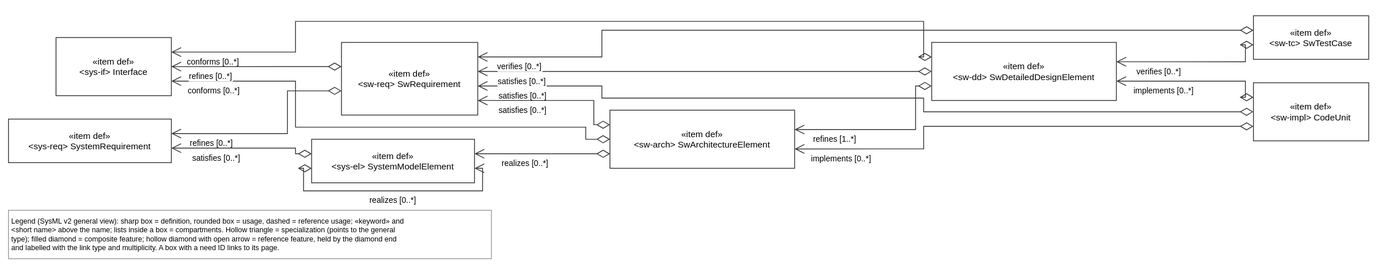
This is views/traceSoftware.drawio.svg from tiacsys/xdmod, a draw.io export, as it was before one commit. Source tidied: cells renumbered, new cells last; positions are measured from the earlier drawing's top-left corner, leaving out a move shared by most shapes.
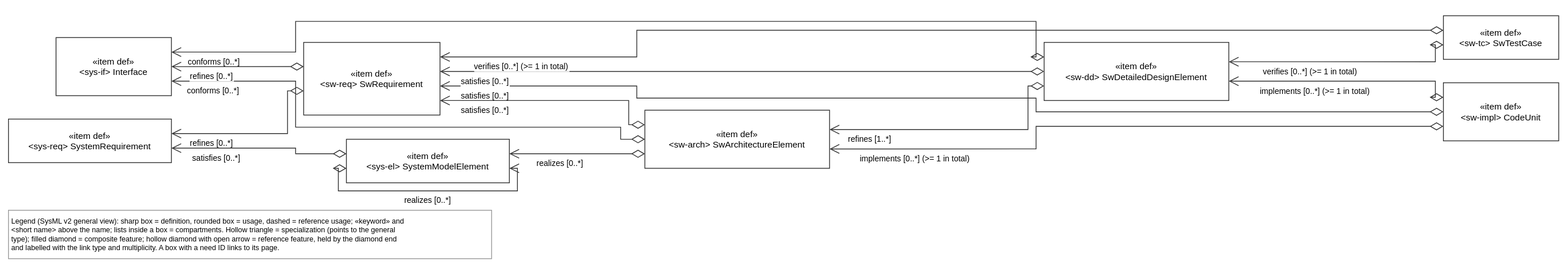
After the commit.

What changed in the source:
```diff
@@ -3,25 +3,25 @@
     <mxCell id="0" />
     <mxCell id="1" parent="0" />
     <mxCell id="2" value="«item def»&#10;&lt;sw-impl&gt; CodeUnit" style="html=0;fontFamily=Helvetica;fontSize=11;strokeColor=#333333;rounded=0;fillColor=#FFFFFF;verticalAlign=middle;" parent="1" vertex="1">
-      <mxGeometry x="1544" y="83" width="143" height="72" as="geometry" />
+      <mxGeometry x="1779" y="83" width="143" height="72" as="geometry" />
     </mxCell>
     <mxCell id="3" value="«item def»&#10;&lt;sw-arch&gt; SwArchitectureElement" style="html=0;fontFamily=Helvetica;fontSize=11;strokeColor=#333333;rounded=0;fillColor=#FFFFFF;verticalAlign=middle;" parent="1" vertex="1">
-      <mxGeometry x="746" y="117" width="229" height="72" as="geometry" />
+      <mxGeometry x="789" y="117" width="229" height="72" as="geometry" />
     </mxCell>
     <mxCell id="4" value="«item def»&#10;&lt;sw-dd&gt; SwDetailedDesignElement" style="html=0;fontFamily=Helvetica;fontSize=11;strokeColor=#333333;rounded=0;fillColor=#FFFFFF;verticalAlign=middle;" parent="1" vertex="1">
-      <mxGeometry x="1145" y="33" width="229" height="72" as="geometry" />
+      <mxGeometry x="1284" y="33" width="229" height="72" as="geometry" />
     </mxCell>
     <mxCell id="5" value="«item def»&#10;&lt;sw-req&gt; SwRequirement" style="html=0;fontFamily=Helvetica;fontSize=11;strokeColor=#333333;rounded=0;fillColor=#FFFFFF;verticalAlign=middle;" parent="1" vertex="1">
-      <mxGeometry x="413" y="33" width="169" height="90" as="geometry" />
+      <mxGeometry x="366" y="33" width="169" height="90" as="geometry" />
     </mxCell>
     <mxCell id="6" value="«item def»&#10;&lt;sw-tc&gt; SwTestCase" style="html=0;fontFamily=Helvetica;fontSize=11;strokeColor=#333333;rounded=0;fillColor=#FFFFFF;verticalAlign=middle;" parent="1" vertex="1">
-      <mxGeometry x="1544" width="143" height="54" as="geometry" />
+      <mxGeometry x="1779" width="143" height="54" as="geometry" />
     </mxCell>
     <mxCell id="7" value="«item def»&#10;&lt;sys-if&gt; Interface" style="html=0;fontFamily=Helvetica;fontSize=11;strokeColor=#333333;rounded=0;fillColor=#FFFFFF;verticalAlign=middle;" parent="1" vertex="1">
       <mxGeometry x="59" y="27" width="143" height="72" as="geometry" />
     </mxCell>
     <mxCell id="8" value="«item def»&#10;&lt;sys-el&gt; SystemModelElement" style="html=0;fontFamily=Helvetica;fontSize=11;strokeColor=#333333;rounded=0;fillColor=#FFFFFF;verticalAlign=middle;" parent="1" vertex="1">
-      <mxGeometry x="376" y="153" width="202" height="54" as="geometry" />
+      <mxGeometry x="419" y="153" width="202" height="54" as="geometry" />
     </mxCell>
     <mxCell id="9" value="«item def»&#10;&lt;sys-req&gt; SystemRequirement" style="html=0;fontFamily=Helvetica;fontSize=11;strokeColor=#333333;rounded=0;fillColor=#FFFFFF;verticalAlign=middle;" parent="1" vertex="1">
       <mxGeometry y="128" width="202" height="54" as="geometry" />
@@ -29,20 +29,20 @@
     <mxCell id="10" value="Legend (SysML v2 general view): sharp box = definition, rounded box = usage, dashed = reference usage; «keyword» and&#10;&lt;short name&gt; above the name; lists inside a box = compartments. Hollow triangle = specialization (points to the general&#10;type); filled diamond = composite feature; hollow diamond with open arrow = reference feature, held by the diamond end&#10;and labelled with the link type and multiplicity. A box with a need ID links to its page." style="text;html=0;align=left;verticalAlign=top;fontFamily=Helvetica;fontSize=9;fillColor=#FFFFFF;strokeColor=#999999;spacing=4;" parent="1" vertex="1">
       <mxGeometry y="241" width="599" height="60" as="geometry" />
     </mxCell>
-    <mxCell id="11" value="implements [0..*]" style="html=0;rounded=0;endSize=10;startSize=14;fontFamily=Helvetica;fontSize=10;labelBackgroundColor=#FFFFFF;strokeColor=#333333;startArrow=diamondThin;startFill=0;endArrow=open;exitX=0.000;exitY=0.750;exitDx=0;exitDy=0;exitPerimeter=0;entryX=1.000;entryY=0.667;entryDx=0;entryDy=0;entryPerimeter=0;" parent="1" edge="1" source="2" target="3">
+    <mxCell id="11" value="implements [0..*] (&gt;= 1 in total)" style="html=0;rounded=0;endSize=10;startSize=14;fontFamily=Helvetica;fontSize=10;labelBackgroundColor=#FFFFFF;strokeColor=#333333;startArrow=diamondThin;startFill=0;endArrow=open;exitX=0.000;exitY=0.750;exitDx=0;exitDy=0;exitPerimeter=0;entryX=1.000;entryY=0.667;entryDx=0;entryDy=0;entryPerimeter=0;" parent="1" edge="1" source="2" target="3">
       <mxGeometry relative="1" as="geometry">
         <Array as="points">
-          <mxPoint x="1135" y="137" />
-          <mxPoint x="1135" y="165" />
+          <mxPoint x="1274" y="137" />
+          <mxPoint x="1274" y="165" />
         </Array>
-        <mxPoint x="-212" y="40" as="offset" />
+        <mxPoint x="-260" y="40" as="offset" />
       </mxGeometry>
     </mxCell>
-    <mxCell id="12" value="implements [0..*]" style="html=0;rounded=0;endSize=10;startSize=14;fontFamily=Helvetica;fontSize=10;labelBackgroundColor=#FFFFFF;strokeColor=#333333;startArrow=diamondThin;startFill=0;endArrow=open;exitX=0.000;exitY=0.250;exitDx=0;exitDy=0;exitPerimeter=0;entryX=1.000;entryY=0.667;entryDx=0;entryDy=0;entryPerimeter=0;" parent="1" edge="1" source="2" target="4">
+    <mxCell id="12" value="implements [0..*] (&gt;= 1 in total)" style="html=0;rounded=0;endSize=10;startSize=14;fontFamily=Helvetica;fontSize=10;labelBackgroundColor=#FFFFFF;strokeColor=#333333;startArrow=diamondThin;startFill=0;endArrow=open;exitX=0.000;exitY=0.250;exitDx=0;exitDy=0;exitPerimeter=0;entryX=1.000;entryY=0.667;entryDx=0;entryDy=0;entryPerimeter=0;" parent="1" edge="1" source="2" target="4">
       <mxGeometry relative="1" as="geometry">
         <Array as="points">
-          <mxPoint x="1534" y="101" />
-          <mxPoint x="1534" y="81" />
+          <mxPoint x="1769" y="101" />
+          <mxPoint x="1769" y="81" />
         </Array>
         <mxPoint x="-36" y="12" as="offset" />
       </mxGeometry>
@@ -50,32 +50,32 @@
     <mxCell id="13" value="satisfies [0..*]" style="html=0;rounded=0;endSize=10;startSize=14;fontFamily=Helvetica;fontSize=10;labelBackgroundColor=#FFFFFF;strokeColor=#333333;startArrow=diamondThin;startFill=0;endArrow=open;exitX=0.000;exitY=0.500;exitDx=0;exitDy=0;exitPerimeter=0;entryX=1.000;entryY=0.600;entryDx=0;entryDy=0;entryPerimeter=0;" parent="1" edge="1" source="2" target="5">
       <mxGeometry relative="1" as="geometry">
         <Array as="points">
-          <mxPoint x="1135" y="119" />
-          <mxPoint x="1135" y="102" />
-          <mxPoint x="736" y="102" />
-          <mxPoint x="736" y="87" />
+          <mxPoint x="1274" y="119" />
+          <mxPoint x="1274" y="102" />
+          <mxPoint x="779" y="102" />
+          <mxPoint x="779" y="87" />
         </Array>
-        <mxPoint x="-426" y="-3" as="offset" />
+        <mxPoint x="-567" y="-3" as="offset" />
       </mxGeometry>
     </mxCell>
     <mxCell id="14" value="satisfies [0..*]" style="html=0;rounded=0;endSize=10;startSize=14;fontFamily=Helvetica;fontSize=10;labelBackgroundColor=#FFFFFF;strokeColor=#333333;startArrow=diamondThin;startFill=0;endArrow=open;exitX=0.000;exitY=0.250;exitDx=0;exitDy=0;exitPerimeter=0;entryX=1.000;entryY=0.800;entryDx=0;entryDy=0;entryPerimeter=0;" parent="1" edge="1" source="3" target="5">
       <mxGeometry relative="1" as="geometry">
         <Array as="points">
-          <mxPoint x="726" y="135" />
-          <mxPoint x="726" y="105" />
+          <mxPoint x="769" y="135" />
+          <mxPoint x="769" y="105" />
         </Array>
-        <mxPoint x="-41" y="12" as="offset" />
+        <mxPoint x="-86" y="12" as="offset" />
       </mxGeometry>
     </mxCell>
     <mxCell id="15" value="conforms [0..*]" style="html=0;rounded=0;endSize=10;startSize=14;fontFamily=Helvetica;fontSize=10;labelBackgroundColor=#FFFFFF;strokeColor=#333333;startArrow=diamondThin;startFill=0;endArrow=open;exitX=0.000;exitY=0.500;exitDx=0;exitDy=0;exitPerimeter=0;entryX=1.000;entryY=0.750;entryDx=0;entryDy=0;entryPerimeter=0;" parent="1" edge="1" source="3" target="7">
       <mxGeometry relative="1" as="geometry">
         <Array as="points">
-          <mxPoint x="716" y="153" />
-          <mxPoint x="716" y="138" />
+          <mxPoint x="759" y="153" />
+          <mxPoint x="759" y="138" />
           <mxPoint x="356" y="138" />
           <mxPoint x="356" y="81" />
         </Array>
-        <mxPoint x="-198" y="-45" as="offset" />
+        <mxPoint x="-220" y="-45" as="offset" />
       </mxGeometry>
     </mxCell>
     <mxCell id="16" value="realizes [0..*]" style="html=0;rounded=0;endSize=10;startSize=14;fontFamily=Helvetica;fontSize=10;labelBackgroundColor=#FFFFFF;strokeColor=#333333;startArrow=diamondThin;startFill=0;endArrow=open;exitX=0.000;exitY=0.750;exitDx=0;exitDy=0;exitPerimeter=0;entryX=1.000;entryY=0.333;entryDx=0;entryDy=0;entryPerimeter=0;" parent="1" edge="1" source="3" target="8">
@@ -86,31 +86,31 @@
     <mxCell id="17" value="refines [1..*]" style="html=0;rounded=0;endSize=10;startSize=14;fontFamily=Helvetica;fontSize=10;labelBackgroundColor=#FFFFFF;strokeColor=#333333;startArrow=diamondThin;startFill=0;endArrow=open;exitX=0.000;exitY=0.750;exitDx=0;exitDy=0;exitPerimeter=0;entryX=1.000;entryY=0.333;entryDx=0;entryDy=0;entryPerimeter=0;" parent="1" edge="1" source="4" target="3">
       <mxGeometry relative="1" as="geometry">
         <Array as="points">
-          <mxPoint x="1125" y="87" />
-          <mxPoint x="1125" y="141" />
+          <mxPoint x="1264" y="87" />
+          <mxPoint x="1264" y="141" />
         </Array>
-        <mxPoint x="-62" y="12" as="offset" />
+        <mxPoint x="-110" y="12" as="offset" />
       </mxGeometry>
     </mxCell>
     <mxCell id="18" value="satisfies [0..*]" style="html=0;rounded=0;endSize=10;startSize=14;fontFamily=Helvetica;fontSize=10;labelBackgroundColor=#FFFFFF;strokeColor=#333333;startArrow=diamondThin;startFill=0;endArrow=open;exitX=0.000;exitY=0.500;exitDx=0;exitDy=0;exitPerimeter=0;entryX=1.000;entryY=0.400;entryDx=0;entryDy=0;entryPerimeter=0;" parent="1" edge="1" source="4" target="5">
       <mxGeometry relative="1" as="geometry">
-        <mxPoint x="-226" y="12" as="offset" />
+        <mxPoint x="-318" y="12" as="offset" />
       </mxGeometry>
     </mxCell>
     <mxCell id="19" value="conforms [0..*]" style="html=0;rounded=0;endSize=10;startSize=14;fontFamily=Helvetica;fontSize=10;labelBackgroundColor=#FFFFFF;strokeColor=#333333;startArrow=diamondThin;startFill=0;endArrow=open;exitX=0.000;exitY=0.250;exitDx=0;exitDy=0;exitPerimeter=0;entryX=1.000;entryY=0.250;entryDx=0;entryDy=0;entryPerimeter=0;" parent="1" edge="1" source="4" target="7">
       <mxGeometry relative="1" as="geometry">
         <Array as="points">
-          <mxPoint x="1135" y="51" />
-          <mxPoint x="1135" y="7" />
+          <mxPoint x="1274" y="51" />
+          <mxPoint x="1274" y="7" />
           <mxPoint x="356" y="7" />
           <mxPoint x="356" y="45" />
         </Array>
-        <mxPoint x="-422" y="50" as="offset" />
+        <mxPoint x="-491" y="50" as="offset" />
       </mxGeometry>
     </mxCell>
     <mxCell id="20" value="refines [0..*]" style="html=0;rounded=0;endSize=10;startSize=14;fontFamily=Helvetica;fontSize=10;labelBackgroundColor=#FFFFFF;strokeColor=#333333;startArrow=diamondThin;startFill=0;endArrow=open;exitX=0.000;exitY=0.333;exitDx=0;exitDy=0;exitPerimeter=0;entryX=1.000;entryY=0.500;entryDx=0;entryDy=0;entryPerimeter=0;" parent="1" edge="1" source="5" target="7">
       <mxGeometry relative="1" as="geometry">
-        <mxPoint x="-56" y="12" as="offset" />
+        <mxPoint x="-32" y="12" as="offset" />
       </mxGeometry>
     </mxCell>
     <mxCell id="21" value="refines [0..*]" style="html=0;rounded=0;endSize=10;startSize=14;fontFamily=Helvetica;fontSize=10;labelBackgroundColor=#FFFFFF;strokeColor=#333333;startArrow=diamondThin;startFill=0;endArrow=open;exitX=0.000;exitY=0.667;exitDx=0;exitDy=0;exitPerimeter=0;entryX=1.000;entryY=0.333;entryDx=0;entryDy=0;entryPerimeter=0;" parent="1" edge="1" source="5" target="9">
@@ -119,34 +119,34 @@
           <mxPoint x="346" y="93" />
           <mxPoint x="346" y="146" />
         </Array>
-        <mxPoint x="-82" y="12" as="offset" />
+        <mxPoint x="-58" y="12" as="offset" />
       </mxGeometry>
     </mxCell>
-    <mxCell id="22" value="verifies [0..*]" style="html=0;rounded=0;endSize=10;startSize=14;fontFamily=Helvetica;fontSize=10;labelBackgroundColor=#FFFFFF;strokeColor=#333333;startArrow=diamondThin;startFill=0;endArrow=open;exitX=0.000;exitY=0.667;exitDx=0;exitDy=0;exitPerimeter=0;entryX=1.000;entryY=0.333;entryDx=0;entryDy=0;entryPerimeter=0;" parent="1" edge="1" source="6" target="4">
+    <mxCell id="22" value="verifies [0..*] (&gt;= 1 in total)" style="html=0;rounded=0;endSize=10;startSize=14;fontFamily=Helvetica;fontSize=10;labelBackgroundColor=#FFFFFF;strokeColor=#333333;startArrow=diamondThin;startFill=0;endArrow=open;exitX=0.000;exitY=0.667;exitDx=0;exitDy=0;exitPerimeter=0;entryX=1.000;entryY=0.333;entryDx=0;entryDy=0;entryPerimeter=0;" parent="1" edge="1" source="6" target="4">
       <mxGeometry relative="1" as="geometry">
         <Array as="points">
-          <mxPoint x="1534" y="36" />
-          <mxPoint x="1534" y="57" />
+          <mxPoint x="1769" y="36" />
+          <mxPoint x="1769" y="57" />
         </Array>
         <mxPoint x="-42" y="12" as="offset" />
       </mxGeometry>
     </mxCell>
-    <mxCell id="23" value="verifies [0..*]" style="html=0;rounded=0;endSize=10;startSize=14;fontFamily=Helvetica;fontSize=10;labelBackgroundColor=#FFFFFF;strokeColor=#333333;startArrow=diamondThin;startFill=0;endArrow=open;exitX=0.000;exitY=0.333;exitDx=0;exitDy=0;exitPerimeter=0;entryX=1.000;entryY=0.200;entryDx=0;entryDy=0;entryPerimeter=0;" parent="1" edge="1" source="6" target="5">
+    <mxCell id="23" value="verifies [0..*] (&gt;= 1 in total)" style="html=0;rounded=0;endSize=10;startSize=14;fontFamily=Helvetica;fontSize=10;labelBackgroundColor=#FFFFFF;strokeColor=#333333;startArrow=diamondThin;startFill=0;endArrow=open;exitX=0.000;exitY=0.333;exitDx=0;exitDy=0;exitPerimeter=0;entryX=1.000;entryY=0.200;entryDx=0;entryDy=0;entryPerimeter=0;" parent="1" edge="1" source="6" target="5">
       <mxGeometry relative="1" as="geometry">
         <Array as="points">
-          <mxPoint x="736" y="18" />
-          <mxPoint x="736" y="51" />
+          <mxPoint x="779" y="18" />
+          <mxPoint x="779" y="51" />
         </Array>
-        <mxPoint x="-412" y="45" as="offset" />
+        <mxPoint x="-504" y="45" as="offset" />
       </mxGeometry>
     </mxCell>
     <mxCell id="24" value="realizes [0..*]" style="html=0;rounded=0;endSize=10;startSize=14;fontFamily=Helvetica;fontSize=10;labelBackgroundColor=#FFFFFF;strokeColor=#333333;startArrow=diamondThin;startFill=0;endArrow=open;exitX=0.000;exitY=0.667;exitDx=0;exitDy=0;exitPerimeter=0;entryX=1.000;entryY=0.667;entryDx=0;entryDy=0;entryPerimeter=0;" parent="1" edge="1" source="8" target="8">
       <mxGeometry relative="1" as="geometry">
         <Array as="points">
-          <mxPoint x="366" y="189" />
-          <mxPoint x="366" y="217" />
-          <mxPoint x="588" y="217" />
-          <mxPoint x="588" y="189" />
+          <mxPoint x="409" y="189" />
+          <mxPoint x="409" y="217" />
+          <mxPoint x="631" y="217" />
+          <mxPoint x="631" y="189" />
         </Array>
         <mxPoint y="11" as="offset" />
       </mxGeometry>
@@ -157,7 +157,7 @@
           <mxPoint x="356" y="171" />
           <mxPoint x="356" y="164" />
         </Array>
-        <mxPoint x="-34" y="12" as="offset" />
+        <mxPoint x="-56" y="12" as="offset" />
       </mxGeometry>
     </mxCell>
   </root>
```
